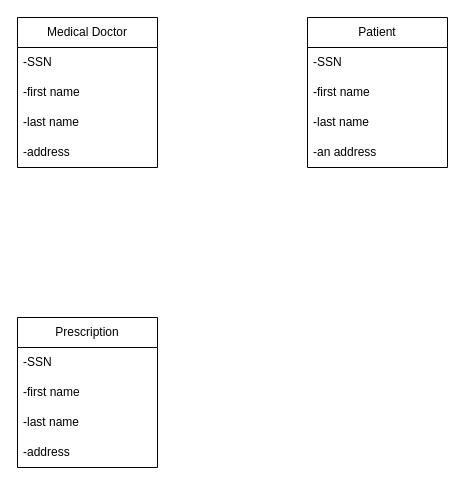
Before: Untitled Diagram.drawio in signorinore/peak-v1.28, a draw.io diagram. Source tidied: cells renumbered, new cells numbered last; positions are measured from the earlier drawing's top-left corner, leaving out a move shared by most shapes. Both pictures are drawn from the tidied source at 100%, with x=0, y=0 at pixel (17, 17).
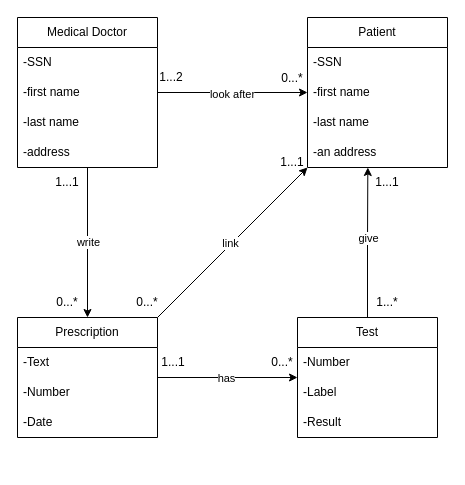
After the change.

Unchanged cells that the change refers to:
```xml
<mxCell id="2" value="Medical Doctor" style="swimlane;fontStyle=0;horizontal=1;startSize=30;whiteSpace=wrap;html=1;" parent="1" vertex="1">
  <mxGeometry width="140" height="150" as="geometry" />
</mxCell>
<mxCell id="7" value="Patient" style="swimlane;fontStyle=0;horizontal=1;startSize=30;whiteSpace=wrap;html=1;" parent="1" vertex="1">
  <mxGeometry x="290" width="140" height="150" as="geometry" />
</mxCell>
<mxCell id="11" value="-an address" style="text;strokeColor=none;fillColor=none;align=left;verticalAlign=middle;spacingLeft=4;spacingRight=4;overflow=hidden;points=[[0,0.5],[1,0.5]];portConstraint=eastwest;whiteSpace=wrap;html=1;" parent="7" vertex="1">
  <mxGeometry y="120" width="140" height="30" as="geometry" />
</mxCell>
```

The edit, as a diff of the source:
```diff
@@
+    <mxCell id="17" style="edgeStyle=orthogonalEdgeStyle;rounded=0;jettySize=auto;html=1;exitX=0.5;exitY=1;exitDx=0;exitDy=0;entryX=0.5;entryY=0;entryDx=0;entryDy=0;" parent="1" edge="1" source="2" target="12">
+      <mxGeometry relative="1" as="geometry" />
+    </mxCell>
+    <mxCell id="18" value="write" style="edgeLabel;html=1;align=center;verticalAlign=middle;" parent="17" vertex="1">
+      <mxGeometry x="-0.01" relative="1" as="geometry" />
+    </mxCell>
+    <mxCell id="19" style="edgeStyle=orthogonalEdgeStyle;rounded=0;jettySize=auto;html=1;exitX=1;exitY=0.5;exitDx=0;exitDy=0;entryX=0;entryY=0.5;entryDx=0;entryDy=0;" parent="1" edge="1" source="2" target="7">
+      <mxGeometry relative="1" as="geometry" />
+    </mxCell>
+    <mxCell id="20" value="look after" style="edgeLabel;html=1;align=center;verticalAlign=middle;" parent="19" vertex="1">
+      <mxGeometry x="-0.02" y="-1" relative="1" as="geometry" />
+    </mxCell>
@@
+    <mxCell id="21" style="edgeStyle=orthogonalEdgeStyle;rounded=0;jettySize=auto;html=1;entryX=0;entryY=0.5;entryDx=0;entryDy=0;" parent="1" edge="1" source="12" target="25">
+      <mxGeometry relative="1" as="geometry" />
+    </mxCell>
+    <mxCell id="22" value="has" style="edgeLabel;html=1;align=center;verticalAlign=middle;" parent="21" vertex="1">
+      <mxGeometry x="-0.03" relative="1" as="geometry" />
+    </mxCell>
+    <mxCell id="23" style="rounded=0;jettySize=auto;html=1;exitX=1;exitY=0;exitDx=0;exitDy=0;entryX=0;entryY=1;entryDx=0;entryDy=0;" parent="1" edge="1" source="12" target="7">
+      <mxGeometry relative="1" as="geometry" />
+    </mxCell>
+    <mxCell id="24" value="link" style="edgeLabel;html=1;align=center;verticalAlign=middle;" parent="23" vertex="1">
+      <mxGeometry x="-0.02" y="2" relative="1" as="geometry" />
+    </mxCell>
     <mxCell id="12" value="Prescription" style="swimlane;fontStyle=0;horizontal=1;startSize=30;whiteSpace=wrap;html=1;" parent="1" vertex="1">
-      <mxGeometry y="300" width="140" height="150" as="geometry" />
+      <mxGeometry y="300" width="140" height="120" as="geometry" />
     </mxCell>
-    <mxCell id="13" value="-SSN" style="text;strokeColor=none;fillColor=none;align=left;verticalAlign=middle;spacingLeft=4;spacingRight=4;overflow=hidden;whiteSpace=wrap;html=1;" parent="12" vertex="1">
+    <mxCell id="13" value="-Text" style="text;strokeColor=none;fillColor=none;align=left;verticalAlign=middle;spacingLeft=4;spacingRight=4;overflow=hidden;whiteSpace=wrap;html=1;" parent="12" vertex="1">
       <mxGeometry y="30" width="140" height="30" as="geometry" />
     </mxCell>
-    <mxCell id="14" value="-first name" style="text;strokeColor=none;fillColor=none;align=left;verticalAlign=middle;spacingLeft=4;spacingRight=4;overflow=hidden;whiteSpace=wrap;html=1;" parent="12" vertex="1">
+    <mxCell id="14" value="-Number" style="text;strokeColor=none;fillColor=none;align=left;verticalAlign=middle;spacingLeft=4;spacingRight=4;overflow=hidden;whiteSpace=wrap;html=1;" parent="12" vertex="1">
       <mxGeometry y="60" width="140" height="30" as="geometry" />
     </mxCell>
-    <mxCell id="15" value="-last name" style="text;strokeColor=none;fillColor=none;align=left;verticalAlign=middle;spacingLeft=4;spacingRight=4;overflow=hidden;whiteSpace=wrap;html=1;" parent="12" vertex="1">
+    <mxCell id="15" value="-Date" style="text;strokeColor=none;fillColor=none;align=left;verticalAlign=middle;spacingLeft=4;spacingRight=4;overflow=hidden;whiteSpace=wrap;html=1;" parent="12" vertex="1">
       <mxGeometry y="90" width="140" height="30" as="geometry" />
     </mxCell>
-    <mxCell id="16" value="-address" style="text;strokeColor=none;fillColor=none;align=left;verticalAlign=middle;spacingLeft=4;spacingRight=4;overflow=hidden;whiteSpace=wrap;html=1;" parent="12" vertex="1">
-      <mxGeometry y="120" width="140" height="30" as="geometry" />
-    </mxCell>
+    <mxCell id="25" value="Test" style="swimlane;fontStyle=0;horizontal=1;startSize=30;whiteSpace=wrap;html=1;" parent="1" vertex="1">
+      <mxGeometry x="280" y="300" width="140" height="120" as="geometry" />
+    </mxCell>
+    <mxCell id="26" value="-Number" style="text;strokeColor=none;fillColor=none;align=left;verticalAlign=middle;spacingLeft=4;spacingRight=4;overflow=hidden;whiteSpace=wrap;html=1;" parent="25" vertex="1">
+      <mxGeometry y="30" width="140" height="30" as="geometry" />
+    </mxCell>
+    <mxCell id="27" value="-Label" style="text;strokeColor=none;fillColor=none;align=left;verticalAlign=middle;spacingLeft=4;spacingRight=4;overflow=hidden;whiteSpace=wrap;html=1;" parent="25" vertex="1">
+      <mxGeometry y="60" width="140" height="30" as="geometry" />
+    </mxCell>
+    <mxCell id="28" value="-Result" style="text;strokeColor=none;fillColor=none;align=left;verticalAlign=middle;spacingLeft=4;spacingRight=4;overflow=hidden;whiteSpace=wrap;html=1;" parent="25" vertex="1">
+      <mxGeometry y="90" width="140" height="30" as="geometry" />
+    </mxCell>
+    <mxCell id="29" value="1...1" style="text;html=1;whiteSpace=wrap;strokeColor=none;fillColor=none;align=center;verticalAlign=middle;rounded=0;" parent="1" vertex="1">
+      <mxGeometry x="20" y="150" width="60" height="30" as="geometry" />
+    </mxCell>
+    <mxCell id="30" value="0...*" style="text;html=1;whiteSpace=wrap;strokeColor=none;fillColor=none;align=center;verticalAlign=middle;rounded=0;" parent="1" vertex="1">
+      <mxGeometry x="20" y="270" width="60" height="30" as="geometry" />
+    </mxCell>
+    <mxCell id="31" value="1...2" style="text;html=1;whiteSpace=wrap;strokeColor=none;fillColor=none;align=center;verticalAlign=middle;rounded=0;" parent="1" vertex="1">
+      <mxGeometry x="124" y="45" width="60" height="30" as="geometry" />
+    </mxCell>
+    <mxCell id="32" value="0...*" style="text;html=1;whiteSpace=wrap;strokeColor=none;fillColor=none;align=center;verticalAlign=middle;rounded=0;" parent="1" vertex="1">
+      <mxGeometry x="245" y="46" width="60" height="30" as="geometry" />
+    </mxCell>
+    <mxCell id="33" value="1...1" style="text;html=1;whiteSpace=wrap;strokeColor=none;fillColor=none;align=center;verticalAlign=middle;rounded=0;" parent="1" vertex="1">
+      <mxGeometry x="126" y="330" width="60" height="30" as="geometry" />
+    </mxCell>
+    <mxCell id="34" value="0...*" style="text;html=1;whiteSpace=wrap;strokeColor=none;fillColor=none;align=center;verticalAlign=middle;rounded=0;" parent="1" vertex="1">
+      <mxGeometry x="235" y="330" width="60" height="30" as="geometry" />
+    </mxCell>
+    <mxCell id="35" style="edgeStyle=orthogonalEdgeStyle;rounded=0;jettySize=auto;html=1;exitX=0.5;exitY=0;exitDx=0;exitDy=0;entryX=0.431;entryY=1;entryDx=0;entryDy=0;entryPerimeter=0;" parent="1" edge="1" source="25" target="11">
+      <mxGeometry relative="1" as="geometry" />
+    </mxCell>
+    <mxCell id="36" value="give" style="edgeLabel;html=1;align=center;verticalAlign=middle;" parent="35" vertex="1">
+      <mxGeometry x="0.07" relative="1" as="geometry" />
+    </mxCell>
+    <mxCell id="37" value="1...*" style="text;html=1;whiteSpace=wrap;strokeColor=none;fillColor=none;align=center;verticalAlign=middle;rounded=0;" parent="1" vertex="1">
+      <mxGeometry x="340" y="270" width="60" height="30" as="geometry" />
+    </mxCell>
+    <mxCell id="38" value="1...1" style="text;html=1;whiteSpace=wrap;strokeColor=none;fillColor=none;align=center;verticalAlign=middle;rounded=0;" parent="1" vertex="1">
+      <mxGeometry x="340" y="150" width="60" height="30" as="geometry" />
+    </mxCell>
+    <mxCell id="39" value="0...*" style="text;html=1;whiteSpace=wrap;strokeColor=none;fillColor=none;align=center;verticalAlign=middle;rounded=0;" parent="1" vertex="1">
+      <mxGeometry x="100" y="270" width="60" height="30" as="geometry" />
+    </mxCell>
+    <mxCell id="40" value="1...1" style="text;html=1;whiteSpace=wrap;strokeColor=none;fillColor=none;align=center;verticalAlign=middle;rounded=0;" parent="1" vertex="1">
+      <mxGeometry x="245" y="130" width="60" height="30" as="geometry" />
+    </mxCell>
```
